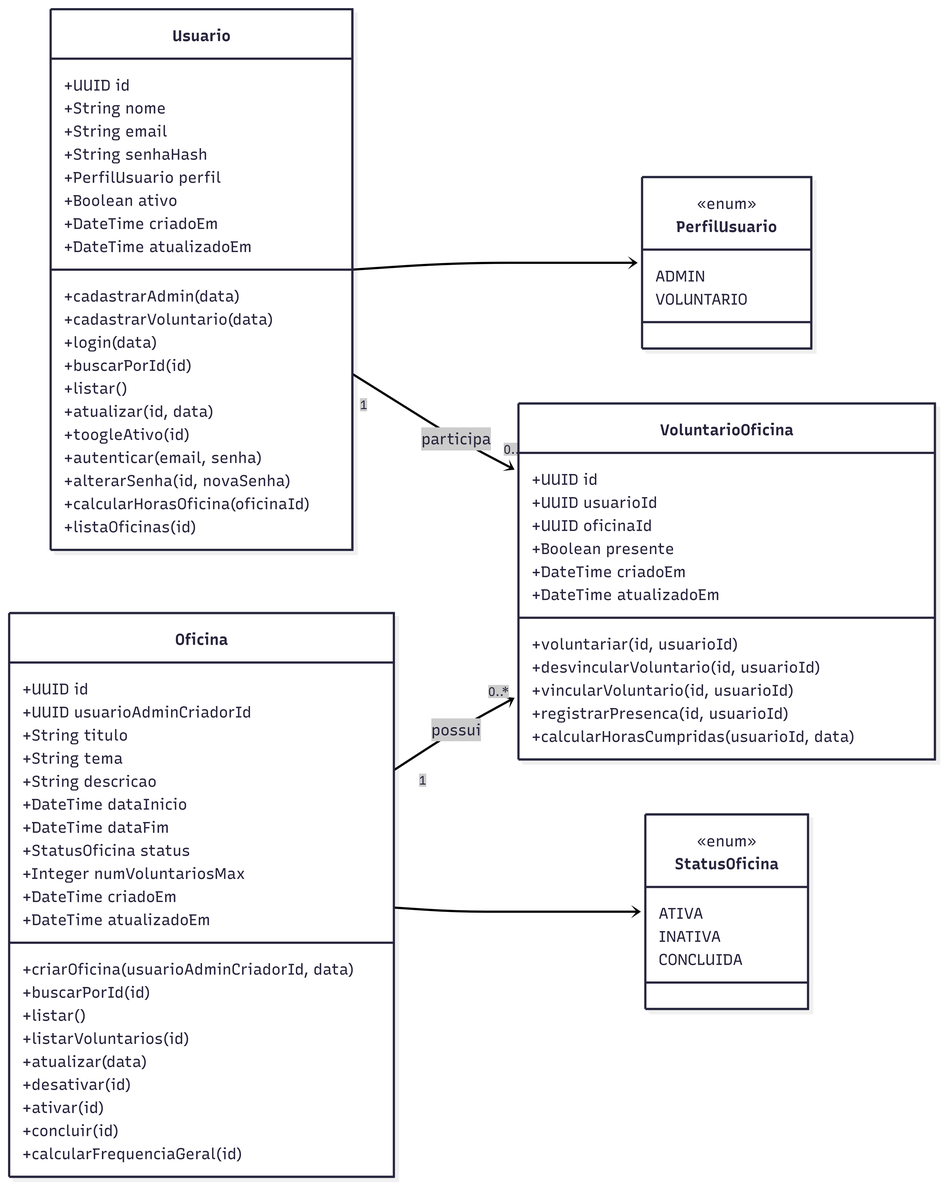
Above: diagrama_classes.png in SALIPE/CERTIFICADORA-1 (Mermaid), before the change. Its source is kept beside it as diagrama_classes.mmd.
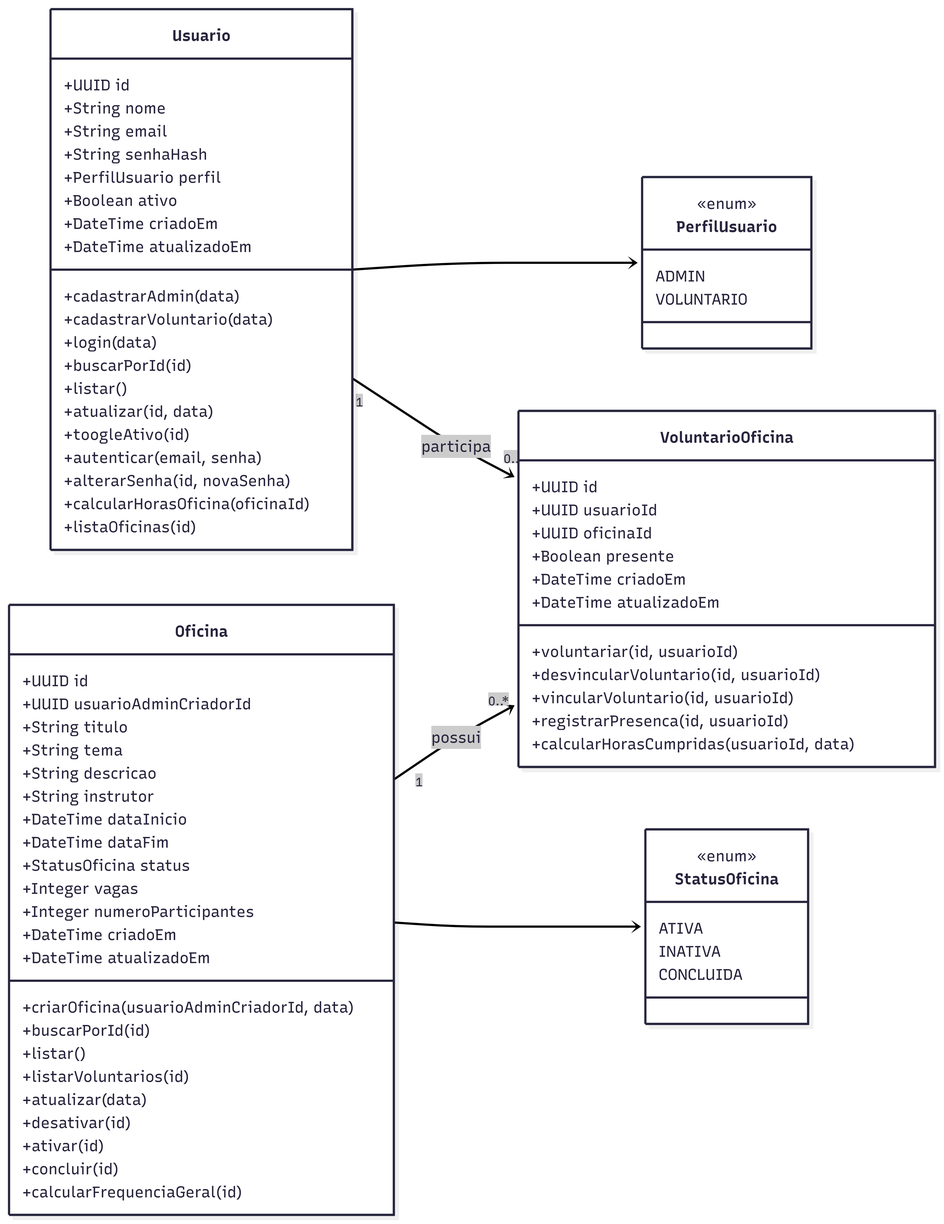
After the change.

Commit message:
arrumando diagrama

Change to the diagram source:
```diff
@@ -30,10 +30,12 @@
   +String titulo
   +String tema
   +String descricao
+  +String instrutor
   +DateTime dataInicio
   +DateTime dataFim
   +StatusOficina status
-  +Integer numVoluntariosMax
+  +Integer vagas
+  +Integer numeroParticipantes
   +DateTime criadoEm
   +DateTime atualizadoEm
 
```
